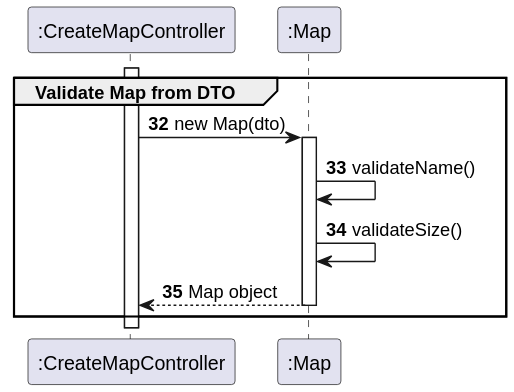
The PlantUML diagram docs/sprint3/us001/03.design/svg/us001-sd-partial-validate-map.svg in ivasduarte/all-aboard, before a commit.
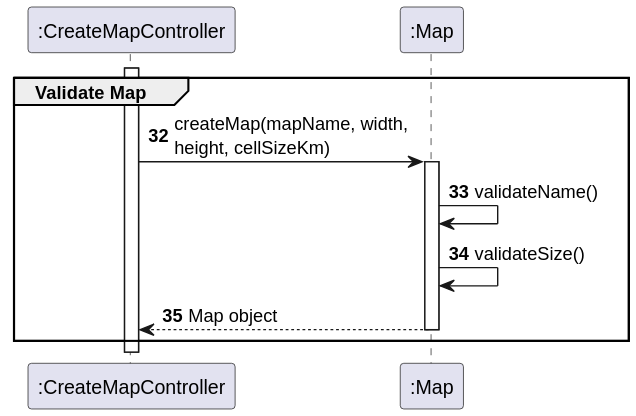
Later version of the same file.

The edit, as a diff of the source:
```diff
@@ -6,8 +6,8 @@
 
 activate ctrl
 
-group Validate Map from DTO
-    ctrl -> Map : new Map(dto)
+group Validate Map
+    ctrl -> Map : createMap(mapName, width,\nheight, cellSizeKm)
     activate Map
 
     Map -> Map : validateName()
```
